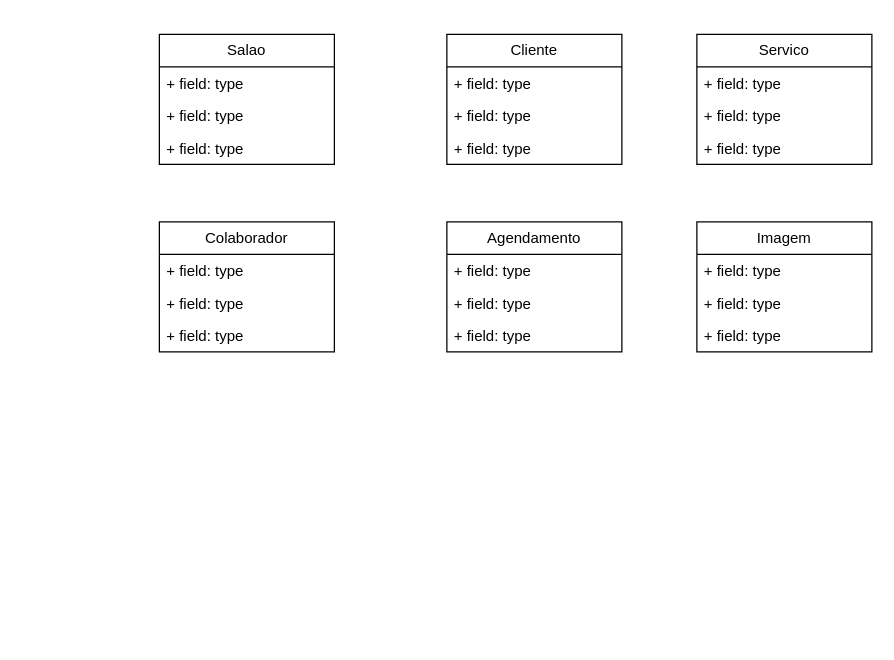
hamilton-yobo/salao keeps this draw.io diagram as Salao.drawio. Above is the earlier version. Source tidied: cells renumbered, new cells numbered last; positions are measured from the earlier drawing's top-left corner, leaving out a move shared by most shapes. Both pictures are drawn from the tidied source at 125%, with x=0, y=0 at pixel (159, 34).
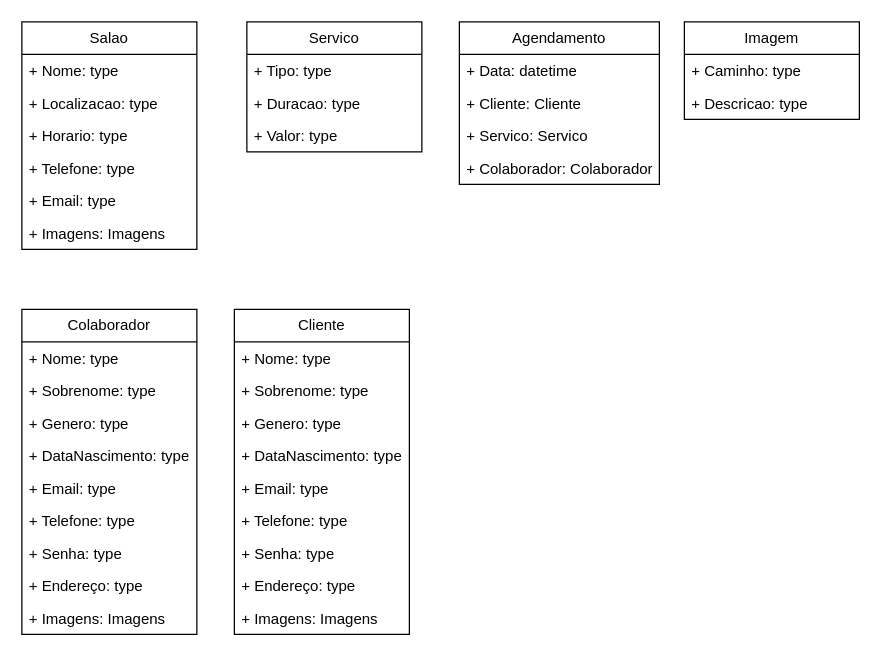
Above is the later version.

Commit message:
Definição dos campos das collections

Change to the diagram source:
```diff
@@
     <mxCell id="2" value="Salao" style="swimlane;fontStyle=0;horizontal=1;startSize=26;fillColor=none;whiteSpace=wrap;html=1;" parent="1" vertex="1">
-      <mxGeometry width="140" height="104" as="geometry" />
+      <mxGeometry x="-110" y="-10" width="140" height="182" as="geometry" />
     </mxCell>
-    <mxCell id="3" value="+ field: type" style="text;strokeColor=none;fillColor=none;align=left;verticalAlign=top;spacingLeft=4;spacingRight=4;overflow=hidden;whiteSpace=wrap;html=1;" parent="2" vertex="1">
+    <mxCell id="3" value="+ Nome: type" style="text;strokeColor=none;fillColor=none;align=left;verticalAlign=top;spacingLeft=4;spacingRight=4;overflow=hidden;whiteSpace=wrap;html=1;" parent="2" vertex="1">
       <mxGeometry y="26" width="140" height="26" as="geometry" />
     </mxCell>
-    <mxCell id="4" value="+ field: type" style="text;strokeColor=none;fillColor=none;align=left;verticalAlign=top;spacingLeft=4;spacingRight=4;overflow=hidden;whiteSpace=wrap;html=1;" parent="2" vertex="1">
+    <mxCell id="4" value="+ Localizacao: type" style="text;strokeColor=none;fillColor=none;align=left;verticalAlign=top;spacingLeft=4;spacingRight=4;overflow=hidden;whiteSpace=wrap;html=1;" parent="2" vertex="1">
       <mxGeometry y="52" width="140" height="26" as="geometry" />
     </mxCell>
-    <mxCell id="5" value="+ field: type" style="text;strokeColor=none;fillColor=none;align=left;verticalAlign=top;spacingLeft=4;spacingRight=4;overflow=hidden;whiteSpace=wrap;html=1;" parent="2" vertex="1">
+    <mxCell id="5" value="+ Horario: type" style="text;strokeColor=none;fillColor=none;align=left;verticalAlign=top;spacingLeft=4;spacingRight=4;overflow=hidden;whiteSpace=wrap;html=1;" parent="2" vertex="1">
       <mxGeometry y="78" width="140" height="26" as="geometry" />
     </mxCell>
+    <mxCell id="26" value="+ Telefone: type" style="text;strokeColor=none;fillColor=none;align=left;verticalAlign=top;spacingLeft=4;spacingRight=4;overflow=hidden;whiteSpace=wrap;html=1;" parent="2" vertex="1">
+      <mxGeometry y="104" width="140" height="26" as="geometry" />
+    </mxCell>
+    <mxCell id="27" value="+ Email: type" style="text;strokeColor=none;fillColor=none;align=left;verticalAlign=top;spacingLeft=4;spacingRight=4;overflow=hidden;whiteSpace=wrap;html=1;" parent="2" vertex="1">
+      <mxGeometry y="130" width="140" height="26" as="geometry" />
+    </mxCell>
+    <mxCell id="28" value="+ Imagens: Imagens" style="text;strokeColor=none;fillColor=none;align=left;verticalAlign=top;spacingLeft=4;spacingRight=4;overflow=hidden;whiteSpace=wrap;html=1;" parent="2" vertex="1">
+      <mxGeometry y="156" width="140" height="26" as="geometry" />
+    </mxCell>
     <mxCell id="6" value="Cliente" style="swimlane;fontStyle=0;horizontal=1;startSize=26;fillColor=none;whiteSpace=wrap;html=1;" parent="1" vertex="1">
-      <mxGeometry x="230" width="140" height="104" as="geometry" />
+      <mxGeometry x="60" y="220" width="140" height="260" as="geometry" />
     </mxCell>
-    <mxCell id="7" value="+ field: type" style="text;strokeColor=none;fillColor=none;align=left;verticalAlign=top;spacingLeft=4;spacingRight=4;overflow=hidden;whiteSpace=wrap;html=1;" parent="6" vertex="1">
-      <mxGeometry y="26" width="140" height="26" as="geometry" />
-    </mxCell>
-    <mxCell id="8" value="+ field: type" style="text;strokeColor=none;fillColor=none;align=left;verticalAlign=top;spacingLeft=4;spacingRight=4;overflow=hidden;whiteSpace=wrap;html=1;" parent="6" vertex="1">
-      <mxGeometry y="52" width="140" height="26" as="geometry" />
+    <mxCell id="8" value="+ Nome: type" style="text;strokeColor=none;fillColor=none;align=left;verticalAlign=top;spacingLeft=4;spacingRight=4;overflow=hidden;whiteSpace=wrap;html=1;" parent="6" vertex="1">
+      <mxGeometry y="26" width="140" height="26" as="geometry" />
     </mxCell>
-    <mxCell id="9" value="+ field: type" style="text;strokeColor=none;fillColor=none;align=left;verticalAlign=top;spacingLeft=4;spacingRight=4;overflow=hidden;whiteSpace=wrap;html=1;" parent="6" vertex="1">
-      <mxGeometry y="78" width="140" height="26" as="geometry" />
+    <mxCell id="9" value="+ Sobrenome: type" style="text;strokeColor=none;fillColor=none;align=left;verticalAlign=top;spacingLeft=4;spacingRight=4;overflow=hidden;whiteSpace=wrap;html=1;" parent="6" vertex="1">
+      <mxGeometry y="52" width="140" height="26" as="geometry" />
     </mxCell>
-    <mxCell id="10" value="Colaborador" style="swimlane;fontStyle=0;horizontal=1;startSize=26;fillColor=none;whiteSpace=wrap;html=1;" parent="1" vertex="1">
-      <mxGeometry y="150" width="140" height="104" as="geometry" />
-    </mxCell>
-    <mxCell id="11" value="+ field: type" style="text;strokeColor=none;fillColor=none;align=left;verticalAlign=top;spacingLeft=4;spacingRight=4;overflow=hidden;whiteSpace=wrap;html=1;" parent="10" vertex="1">
-      <mxGeometry y="26" width="140" height="26" as="geometry" />
-    </mxCell>
-    <mxCell id="12" value="+ field: type" style="text;strokeColor=none;fillColor=none;align=left;verticalAlign=top;spacingLeft=4;spacingRight=4;overflow=hidden;whiteSpace=wrap;html=1;" parent="10" vertex="1">
-      <mxGeometry y="52" width="140" height="26" as="geometry" />
-    </mxCell>
-    <mxCell id="13" value="+ field: type" style="text;strokeColor=none;fillColor=none;align=left;verticalAlign=top;spacingLeft=4;spacingRight=4;overflow=hidden;whiteSpace=wrap;html=1;" parent="10" vertex="1">
-      <mxGeometry y="78" width="140" height="26" as="geometry" />
-    </mxCell>
+    <mxCell id="29" value="+ Genero: type" style="text;strokeColor=none;fillColor=none;align=left;verticalAlign=top;spacingLeft=4;spacingRight=4;overflow=hidden;whiteSpace=wrap;html=1;" parent="6" vertex="1">
+      <mxGeometry y="78" width="140" height="26" as="geometry" />
+    </mxCell>
+    <mxCell id="30" value="+ DataNascimento: type" style="text;strokeColor=none;fillColor=none;align=left;verticalAlign=top;spacingLeft=4;spacingRight=4;overflow=hidden;whiteSpace=wrap;html=1;" parent="6" vertex="1">
+      <mxGeometry y="104" width="140" height="26" as="geometry" />
+    </mxCell>
+    <mxCell id="31" value="+ Email: type" style="text;strokeColor=none;fillColor=none;align=left;verticalAlign=top;spacingLeft=4;spacingRight=4;overflow=hidden;whiteSpace=wrap;html=1;" parent="6" vertex="1">
+      <mxGeometry y="130" width="140" height="26" as="geometry" />
+    </mxCell>
+    <mxCell id="32" value="+ Telefone: type" style="text;strokeColor=none;fillColor=none;align=left;verticalAlign=top;spacingLeft=4;spacingRight=4;overflow=hidden;whiteSpace=wrap;html=1;" parent="6" vertex="1">
+      <mxGeometry y="156" width="140" height="26" as="geometry" />
+    </mxCell>
+    <mxCell id="33" value="+ Senha: type" style="text;strokeColor=none;fillColor=none;align=left;verticalAlign=top;spacingLeft=4;spacingRight=4;overflow=hidden;whiteSpace=wrap;html=1;" parent="6" vertex="1">
+      <mxGeometry y="182" width="140" height="26" as="geometry" />
+    </mxCell>
+    <mxCell id="34" value="+ Endereço: type" style="text;strokeColor=none;fillColor=none;align=left;verticalAlign=top;spacingLeft=4;spacingRight=4;overflow=hidden;whiteSpace=wrap;html=1;" parent="6" vertex="1">
+      <mxGeometry y="208" width="140" height="26" as="geometry" />
+    </mxCell>
+    <mxCell id="35" value="+ Imagens: Imagens" style="text;strokeColor=none;fillColor=none;align=left;verticalAlign=top;spacingLeft=4;spacingRight=4;overflow=hidden;whiteSpace=wrap;html=1;" parent="6" vertex="1">
+      <mxGeometry y="234" width="140" height="26" as="geometry" />
+    </mxCell>
     <mxCell id="14" value="Agendamento" style="swimlane;fontStyle=0;horizontal=1;startSize=26;fillColor=none;whiteSpace=wrap;html=1;" parent="1" vertex="1">
-      <mxGeometry x="230" y="150" width="140" height="104" as="geometry" />
+      <mxGeometry x="240" y="-10" width="160" height="130" as="geometry" />
     </mxCell>
-    <mxCell id="15" value="+ field: type" style="text;strokeColor=none;fillColor=none;align=left;verticalAlign=top;spacingLeft=4;spacingRight=4;overflow=hidden;whiteSpace=wrap;html=1;" parent="14" vertex="1">
-      <mxGeometry y="26" width="140" height="26" as="geometry" />
+    <mxCell id="15" value="+ Data: datetime" style="text;strokeColor=none;fillColor=none;align=left;verticalAlign=top;spacingLeft=4;spacingRight=4;overflow=hidden;whiteSpace=wrap;html=1;" parent="14" vertex="1">
+      <mxGeometry y="26" width="160" height="26" as="geometry" />
     </mxCell>
-    <mxCell id="16" value="+ field: type" style="text;strokeColor=none;fillColor=none;align=left;verticalAlign=top;spacingLeft=4;spacingRight=4;overflow=hidden;whiteSpace=wrap;html=1;" parent="14" vertex="1">
-      <mxGeometry y="52" width="140" height="26" as="geometry" />
+    <mxCell id="16" value="+ Cliente: Cliente" style="text;strokeColor=none;fillColor=none;align=left;verticalAlign=top;spacingLeft=4;spacingRight=4;overflow=hidden;whiteSpace=wrap;html=1;" parent="14" vertex="1">
+      <mxGeometry y="52" width="160" height="26" as="geometry" />
     </mxCell>
-    <mxCell id="17" value="+ field: type" style="text;strokeColor=none;fillColor=none;align=left;verticalAlign=top;spacingLeft=4;spacingRight=4;overflow=hidden;whiteSpace=wrap;html=1;" parent="14" vertex="1">
-      <mxGeometry y="78" width="140" height="26" as="geometry" />
+    <mxCell id="17" value="+ Servico: Servico" style="text;strokeColor=none;fillColor=none;align=left;verticalAlign=top;spacingLeft=4;spacingRight=4;overflow=hidden;whiteSpace=wrap;html=1;" parent="14" vertex="1">
+      <mxGeometry y="78" width="160" height="26" as="geometry" />
     </mxCell>
+    <mxCell id="36" value="+ Colaborador: Colaborador" style="text;strokeColor=none;fillColor=none;align=left;verticalAlign=top;spacingLeft=4;spacingRight=4;overflow=hidden;whiteSpace=wrap;html=1;" parent="14" vertex="1">
+      <mxGeometry y="104" width="160" height="26" as="geometry" />
+    </mxCell>
     <mxCell id="18" value="Servico" style="swimlane;fontStyle=0;horizontal=1;startSize=26;fillColor=none;whiteSpace=wrap;html=1;" parent="1" vertex="1">
-      <mxGeometry x="430" width="140" height="104" as="geometry" />
+      <mxGeometry x="70" y="-10" width="140" height="104" as="geometry" />
     </mxCell>
-    <mxCell id="19" value="+ field: type" style="text;strokeColor=none;fillColor=none;align=left;verticalAlign=top;spacingLeft=4;spacingRight=4;overflow=hidden;whiteSpace=wrap;html=1;" parent="18" vertex="1">
+    <mxCell id="19" value="+ Tipo: type" style="text;strokeColor=none;fillColor=none;align=left;verticalAlign=top;spacingLeft=4;spacingRight=4;overflow=hidden;whiteSpace=wrap;html=1;" parent="18" vertex="1">
       <mxGeometry y="26" width="140" height="26" as="geometry" />
     </mxCell>
-    <mxCell id="20" value="+ field: type" style="text;strokeColor=none;fillColor=none;align=left;verticalAlign=top;spacingLeft=4;spacingRight=4;overflow=hidden;whiteSpace=wrap;html=1;" parent="18" vertex="1">
+    <mxCell id="20" value="+ Duracao: type" style="text;strokeColor=none;fillColor=none;align=left;verticalAlign=top;spacingLeft=4;spacingRight=4;overflow=hidden;whiteSpace=wrap;html=1;" parent="18" vertex="1">
       <mxGeometry y="52" width="140" height="26" as="geometry" />
     </mxCell>
-    <mxCell id="21" value="+ field: type" style="text;strokeColor=none;fillColor=none;align=left;verticalAlign=top;spacingLeft=4;spacingRight=4;overflow=hidden;whiteSpace=wrap;html=1;" parent="18" vertex="1">
+    <mxCell id="21" value="+ Valor: type" style="text;strokeColor=none;fillColor=none;align=left;verticalAlign=top;spacingLeft=4;spacingRight=4;overflow=hidden;whiteSpace=wrap;html=1;" parent="18" vertex="1">
       <mxGeometry y="78" width="140" height="26" as="geometry" />
     </mxCell>
     <mxCell id="22" value="Imagem" style="swimlane;fontStyle=0;horizontal=1;startSize=26;fillColor=none;whiteSpace=wrap;html=1;" parent="1" vertex="1">
-      <mxGeometry x="430" y="150" width="140" height="104" as="geometry" />
+      <mxGeometry x="420" y="-10" width="140" height="78" as="geometry" />
     </mxCell>
-    <mxCell id="23" value="+ field: type" style="text;strokeColor=none;fillColor=none;align=left;verticalAlign=top;spacingLeft=4;spacingRight=4;overflow=hidden;whiteSpace=wrap;html=1;" parent="22" vertex="1">
+    <mxCell id="23" value="+ Caminho: type" style="text;strokeColor=none;fillColor=none;align=left;verticalAlign=top;spacingLeft=4;spacingRight=4;overflow=hidden;whiteSpace=wrap;html=1;" parent="22" vertex="1">
       <mxGeometry y="26" width="140" height="26" as="geometry" />
     </mxCell>
-    <mxCell id="24" value="+ field: type" style="text;strokeColor=none;fillColor=none;align=left;verticalAlign=top;spacingLeft=4;spacingRight=4;overflow=hidden;whiteSpace=wrap;html=1;" parent="22" vertex="1">
+    <mxCell id="24" value="+ Descricao: type" style="text;strokeColor=none;fillColor=none;align=left;verticalAlign=top;spacingLeft=4;spacingRight=4;overflow=hidden;whiteSpace=wrap;html=1;" parent="22" vertex="1">
       <mxGeometry y="52" width="140" height="26" as="geometry" />
     </mxCell>
-    <mxCell id="25" value="+ field: type" style="text;strokeColor=none;fillColor=none;align=left;verticalAlign=top;spacingLeft=4;spacingRight=4;overflow=hidden;whiteSpace=wrap;html=1;" parent="22" vertex="1">
-      <mxGeometry y="78" width="140" height="26" as="geometry" />
-    </mxCell>
+    <mxCell id="10" value="Colaborador" style="swimlane;fontStyle=0;horizontal=1;startSize=26;fillColor=none;whiteSpace=wrap;html=1;" parent="1" vertex="1">
+      <mxGeometry x="-110" y="220" width="140" height="260" as="geometry" />
+    </mxCell>
+    <mxCell id="37" value="+ Nome: type" style="text;strokeColor=none;fillColor=none;align=left;verticalAlign=top;spacingLeft=4;spacingRight=4;overflow=hidden;whiteSpace=wrap;html=1;" parent="10" vertex="1">
+      <mxGeometry y="26" width="140" height="26" as="geometry" />
+    </mxCell>
+    <mxCell id="38" value="+ Sobrenome: type" style="text;strokeColor=none;fillColor=none;align=left;verticalAlign=top;spacingLeft=4;spacingRight=4;overflow=hidden;whiteSpace=wrap;html=1;" parent="10" vertex="1">
+      <mxGeometry y="52" width="140" height="26" as="geometry" />
+    </mxCell>
+    <mxCell id="39" value="+ Genero: type" style="text;strokeColor=none;fillColor=none;align=left;verticalAlign=top;spacingLeft=4;spacingRight=4;overflow=hidden;whiteSpace=wrap;html=1;" parent="10" vertex="1">
+      <mxGeometry y="78" width="140" height="26" as="geometry" />
+    </mxCell>
+    <mxCell id="40" value="+ DataNascimento: type" style="text;strokeColor=none;fillColor=none;align=left;verticalAlign=top;spacingLeft=4;spacingRight=4;overflow=hidden;whiteSpace=wrap;html=1;" parent="10" vertex="1">
+      <mxGeometry y="104" width="140" height="26" as="geometry" />
+    </mxCell>
+    <mxCell id="41" value="+ Email: type" style="text;strokeColor=none;fillColor=none;align=left;verticalAlign=top;spacingLeft=4;spacingRight=4;overflow=hidden;whiteSpace=wrap;html=1;" parent="10" vertex="1">
+      <mxGeometry y="130" width="140" height="26" as="geometry" />
+    </mxCell>
+    <mxCell id="42" value="+ Telefone: type" style="text;strokeColor=none;fillColor=none;align=left;verticalAlign=top;spacingLeft=4;spacingRight=4;overflow=hidden;whiteSpace=wrap;html=1;" parent="10" vertex="1">
+      <mxGeometry y="156" width="140" height="26" as="geometry" />
+    </mxCell>
+    <mxCell id="43" value="+ Senha: type" style="text;strokeColor=none;fillColor=none;align=left;verticalAlign=top;spacingLeft=4;spacingRight=4;overflow=hidden;whiteSpace=wrap;html=1;" parent="10" vertex="1">
+      <mxGeometry y="182" width="140" height="26" as="geometry" />
+    </mxCell>
+    <mxCell id="44" value="+ Endereço: type" style="text;strokeColor=none;fillColor=none;align=left;verticalAlign=top;spacingLeft=4;spacingRight=4;overflow=hidden;whiteSpace=wrap;html=1;" parent="10" vertex="1">
+      <mxGeometry y="208" width="140" height="26" as="geometry" />
+    </mxCell>
+    <mxCell id="45" value="+ Imagens: Imagens" style="text;strokeColor=none;fillColor=none;align=left;verticalAlign=top;spacingLeft=4;spacingRight=4;overflow=hidden;whiteSpace=wrap;html=1;" parent="10" vertex="1">
+      <mxGeometry y="234" width="140" height="26" as="geometry" />
+    </mxCell>
```
